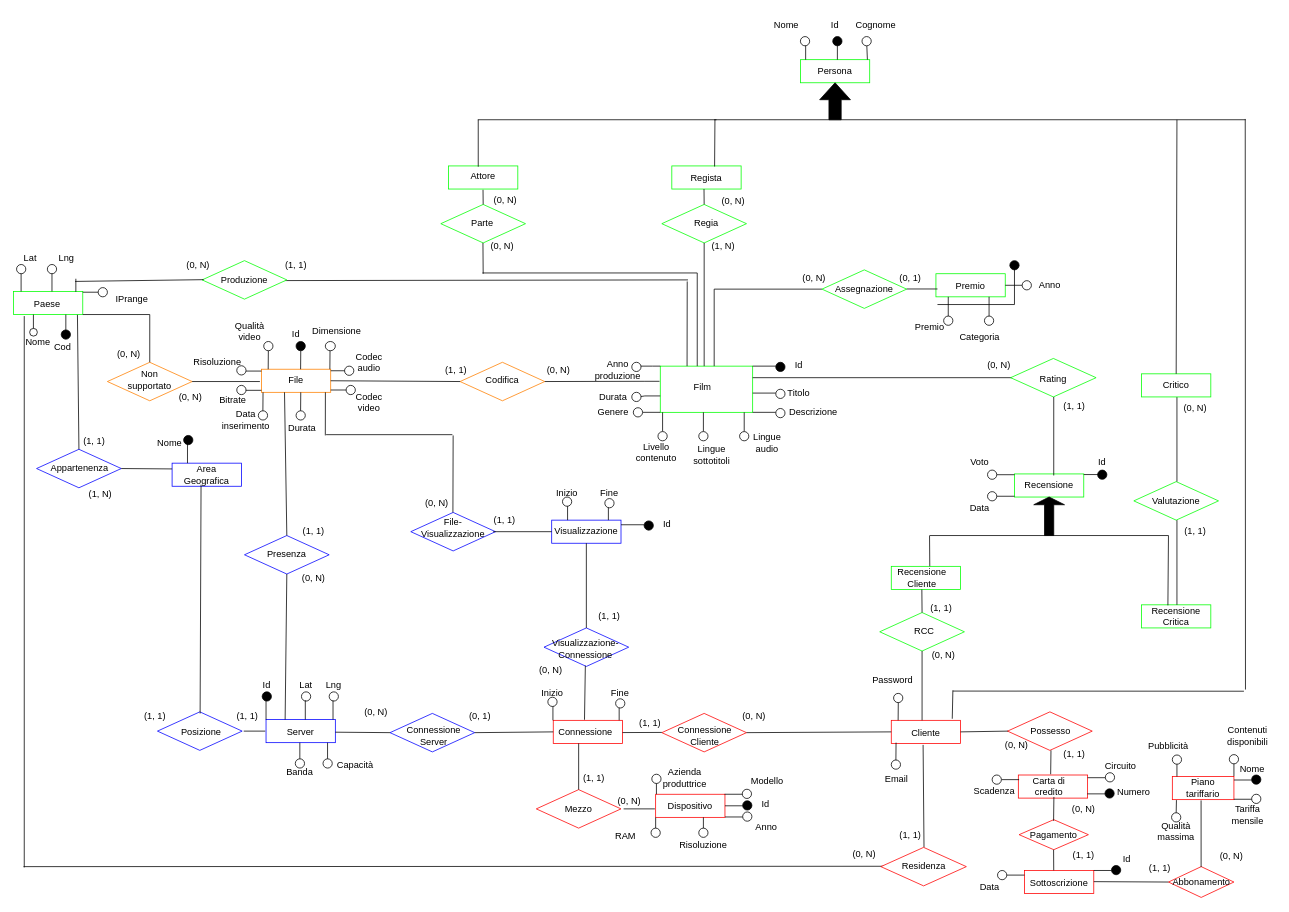
gcairone/progettodb keeps this draw.io diagram as ER.drawio. Above is the earlier version. Source tidied: cells renumbered, new cells numbered last; positions are measured from the earlier drawing's top-left corner, leaving out a move shared by most shapes. Both pictures are drawn from the tidied source at 77%, with x=0, y=0 at pixel (13, 13).
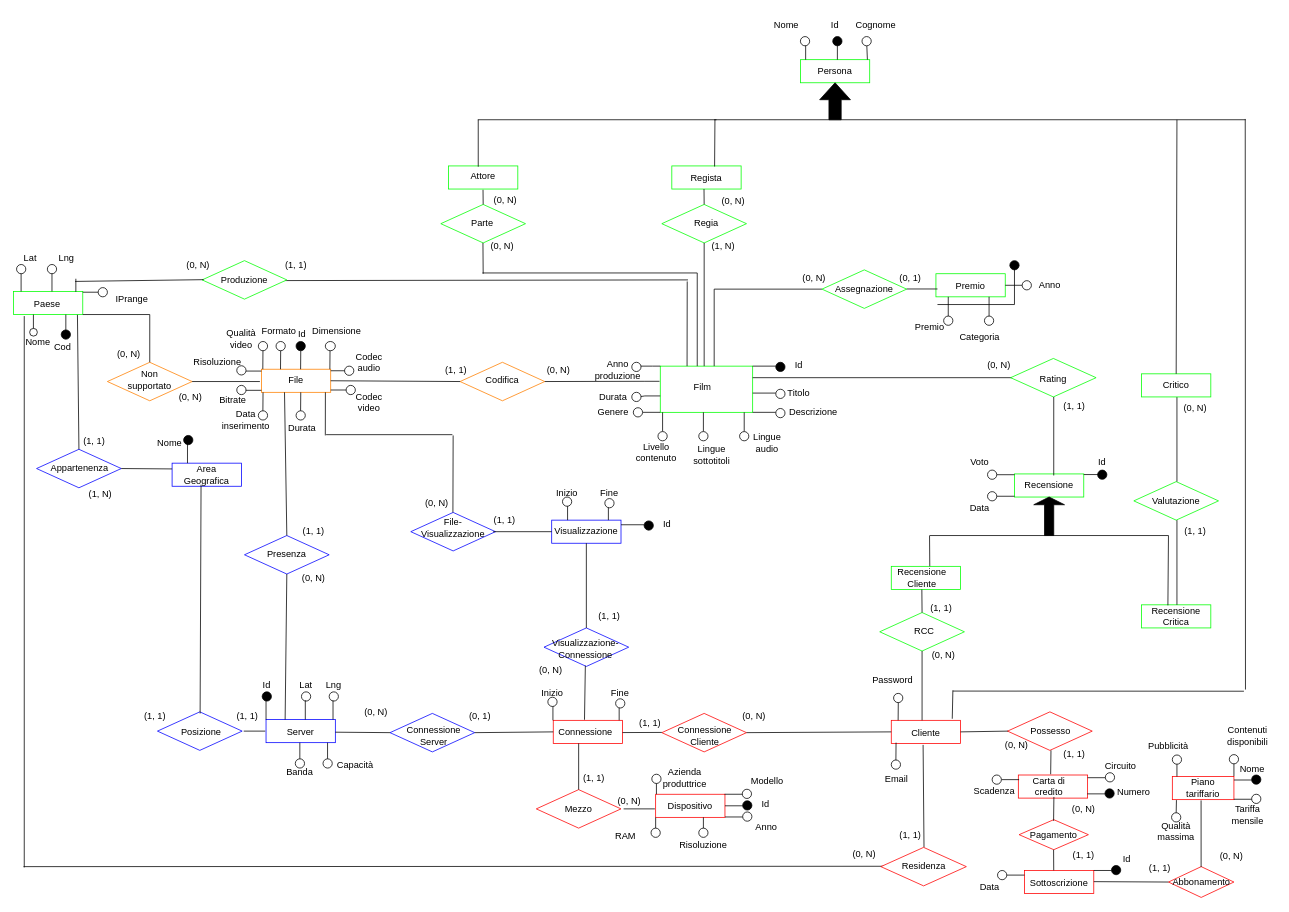
The same page after the edit.

What changed in the source:
```diff
@@
     <mxCell id="339" style="ellipse;whiteSpace=wrap;html=1;" parent="1" vertex="1">
-      <mxGeometry x="325" y="426" width="12" height="12" as="geometry" />
+      <mxGeometry x="318" y="426" width="12" height="12" as="geometry" />
     </mxCell>
@@
     <mxCell id="344" style="endArrow=none;html=1;rounded=0;" parent="1" edge="1">
       <mxGeometry relative="1" as="geometry">
-        <mxPoint x="330.8" y="462" as="sourcePoint" />
-        <mxPoint x="331" y="438" as="targetPoint" />
+        <mxPoint x="323.8" y="462" as="sourcePoint" />
+        <mxPoint x="324" y="438" as="targetPoint" />
       </mxGeometry>
     </mxCell>
@@
     <mxCell id="350" value="Id" style="text;html=1;strokeColor=none;fillColor=none;align=center;verticalAlign=middle;whiteSpace=wrap;rounded=0;" parent="1" vertex="1">
-      <mxGeometry x="337" y="402" width="60" height="30" as="geometry" />
+      <mxGeometry x="345" y="402" width="60" height="30" as="geometry" />
     </mxCell>
@@
     <mxCell id="355" value="Qualità video" style="text;html=1;strokeColor=none;fillColor=none;align=center;verticalAlign=middle;whiteSpace=wrap;rounded=0;" parent="1" vertex="1">
-      <mxGeometry x="277" y="398" width="60" height="30" as="geometry" />
+      <mxGeometry x="266" y="408" width="60" height="30" as="geometry" />
     </mxCell>
@@
+    <mxCell id="377" style="ellipse;whiteSpace=wrap;html=1;" parent="1" vertex="1">
+      <mxGeometry x="341" y="426" width="12" height="12" as="geometry" />
+    </mxCell>
+    <mxCell id="378" style="endArrow=none;html=1;rounded=0;" parent="1" edge="1">
+      <mxGeometry relative="1" as="geometry">
+        <mxPoint x="346.8" y="462" as="sourcePoint" />
+        <mxPoint x="347" y="438" as="targetPoint" />
+      </mxGeometry>
+    </mxCell>
+    <mxCell id="379" value="Formato" style="text;html=1;strokeColor=none;fillColor=none;align=center;verticalAlign=middle;whiteSpace=wrap;rounded=0;" parent="1" vertex="1">
+      <mxGeometry x="315" y="398" width="60" height="30" as="geometry" />
+    </mxCell>
```
